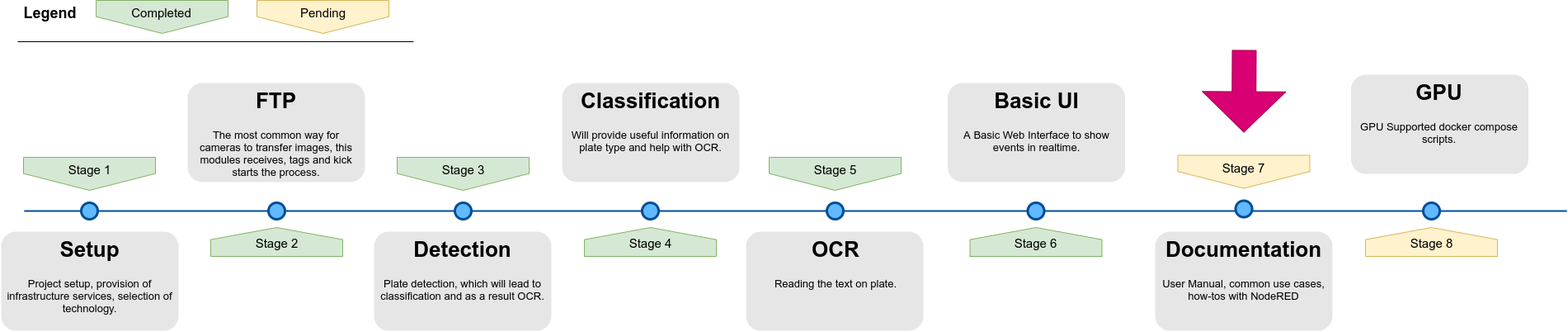
Before: docs/Milestones.png, a diagram exported from draw.io (faisalthaheem/open-lpr). Source tidied: cells renumbered, new cells last; positions are measured from the earlier drawing's top-left corner, leaving out a move shared by most shapes.
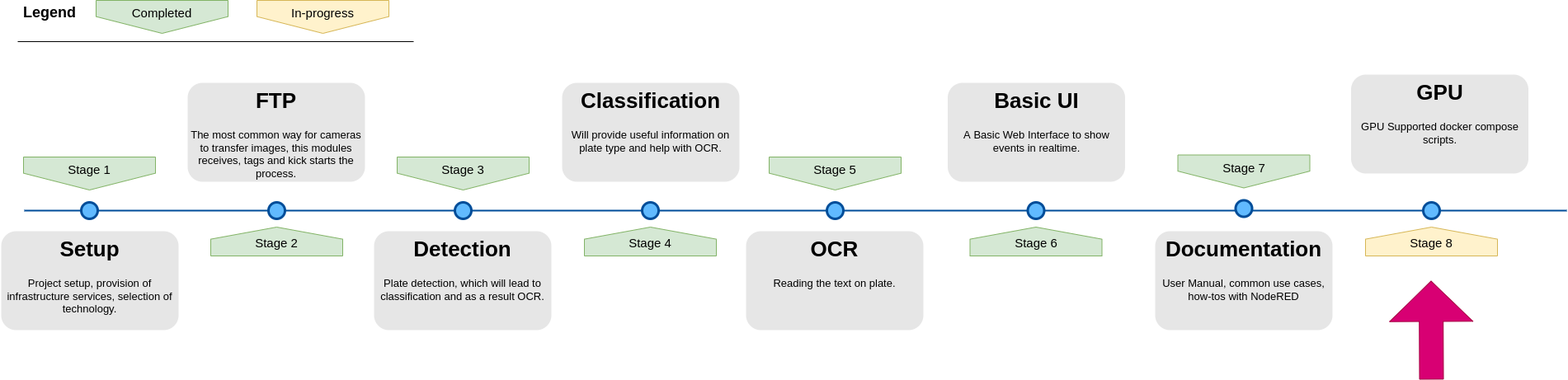
After the change.

What changed in the source:
```diff
@@ -59,7 +59,7 @@
     <mxCell id="20" value="&lt;h1&gt;Basic UI&lt;/h1&gt;&lt;p&gt;A Basic Web Interface to show events in realtime.&lt;/p&gt;" style="text;html=1;spacing=5;spacingTop=-20;whiteSpace=wrap;overflow=hidden;strokeColor=none;strokeWidth=3;fillColor=#E6E6E6;fontSize=13;fontColor=#000000;align=center;rounded=1;" parent="1" vertex="1">
       <mxGeometry x="1147.5" y="100" width="215" height="120" as="geometry" />
     </mxCell>
-    <mxCell id="21" value="&lt;span&gt;Stage 7&lt;/span&gt;" style="shape=offPageConnector;whiteSpace=wrap;html=1;fillColor=#fff2cc;fontSize=15;size=0.5093750000000015;verticalAlign=top;strokeColor=#d6b656;" parent="1" vertex="1">
+    <mxCell id="21" value="&lt;span&gt;Stage 7&lt;/span&gt;" style="shape=offPageConnector;whiteSpace=wrap;html=1;fillColor=#D5E8D4;fontSize=15;size=0.5093750000000015;verticalAlign=top;strokeColor=#82B366;" parent="1" vertex="1">
       <mxGeometry x="1426.5" y="187.5" width="160" height="40" as="geometry" />
     </mxCell>
     <mxCell id="22" style="ellipse;whiteSpace=wrap;html=1;fillColor=#61BAFF;fontSize=28;fontColor=#004D99;strokeWidth=3;strokeColor=#004D99;" parent="1" vertex="1">
@@ -80,7 +80,7 @@
     <mxCell id="27" value="Completed" style="shape=offPageConnector;whiteSpace=wrap;html=1;fillColor=#d5e8d4;fontSize=15;size=0.5093750000000015;verticalAlign=top;strokeColor=#82b366;" parent="1" vertex="1">
       <mxGeometry x="115" width="160" height="40" as="geometry" />
     </mxCell>
-    <mxCell id="28" value="Pending" style="shape=offPageConnector;whiteSpace=wrap;html=1;fillColor=#fff2cc;fontSize=15;size=0.5093750000000015;verticalAlign=top;strokeColor=#d6b656;" parent="1" vertex="1">
+    <mxCell id="28" value="In-progress" style="shape=offPageConnector;whiteSpace=wrap;html=1;fillColor=#fff2cc;fontSize=15;size=0.5093750000000015;verticalAlign=top;strokeColor=#d6b656;" parent="1" vertex="1">
       <mxGeometry x="310" width="160" height="40" as="geometry" />
     </mxCell>
     <mxCell id="29" value="Legend" style="text;html=1;strokeColor=none;fillColor=none;align=center;verticalAlign=middle;whiteSpace=wrap;rounded=0;fontStyle=1;fontSize=18;" parent="1" vertex="1">
@@ -94,8 +94,8 @@
     </mxCell>
     <mxCell id="31" style="shape=flexArrow;endArrow=classic;html=1;fillColor=#d80073;strokeColor=#A50040;endWidth=71;endSize=16;width=29;" parent="1" edge="1">
       <mxGeometry relative="1" as="geometry">
-        <mxPoint x="1507" y="60" as="sourcePoint" />
-        <mxPoint x="1506.5" y="160" as="targetPoint" />
+        <mxPoint x="1734" y="460" as="sourcePoint" />
+        <mxPoint x="1733.5" y="340" as="targetPoint" />
       </mxGeometry>
     </mxCell>
   </root>
```
